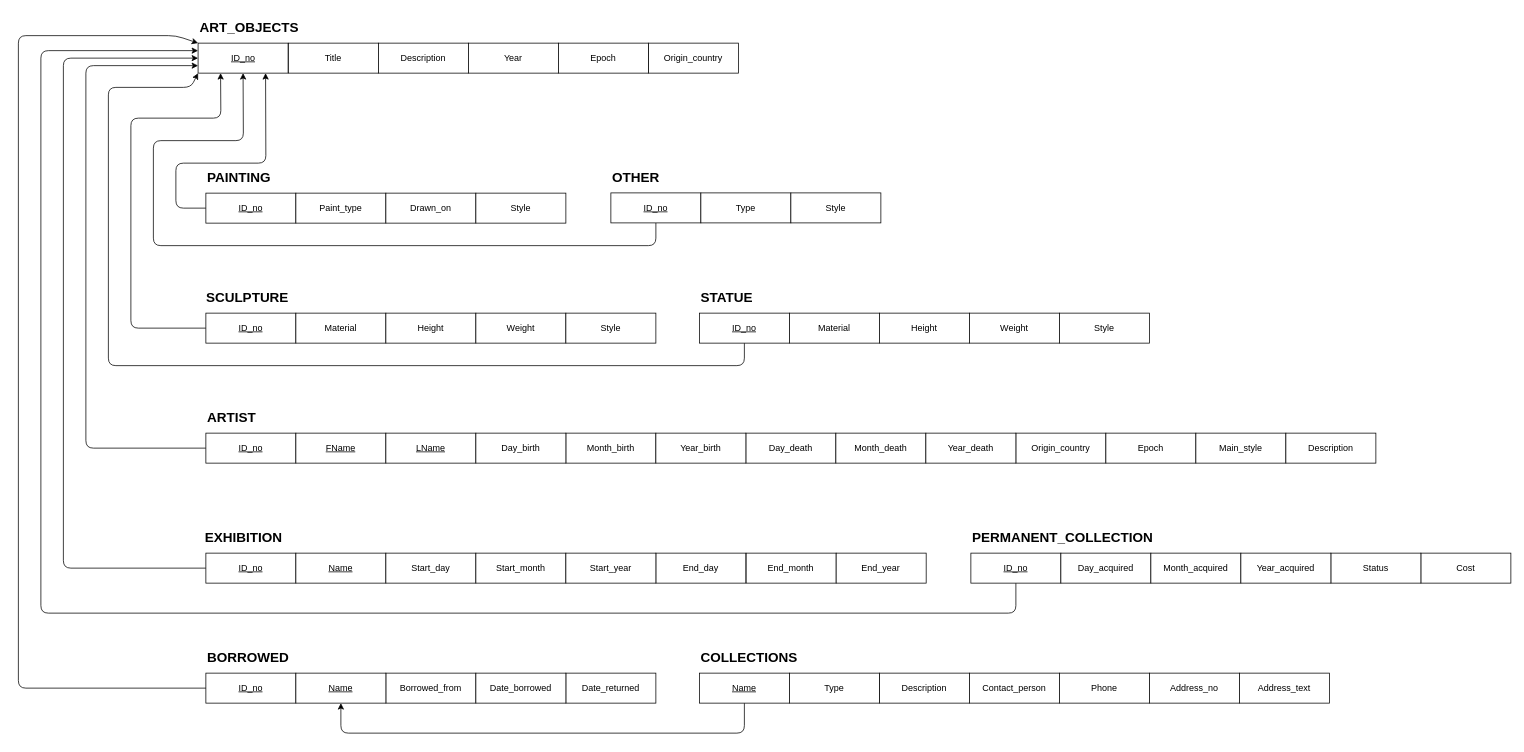
Maan-Khedr-ENSF-300/museum-project-wannabyte keeps this draw.io diagram as Database_Design_Folder/Relation Schema.drawio. Above is the earlier version. Source tidied: cells renumbered, new cells numbered last; positions are measured from the earlier drawing's top-left corner, leaving out a move shared by most shapes. Both pictures are drawn from the tidied source at 75%, with x=0, y=0 at pixel (18, 13).
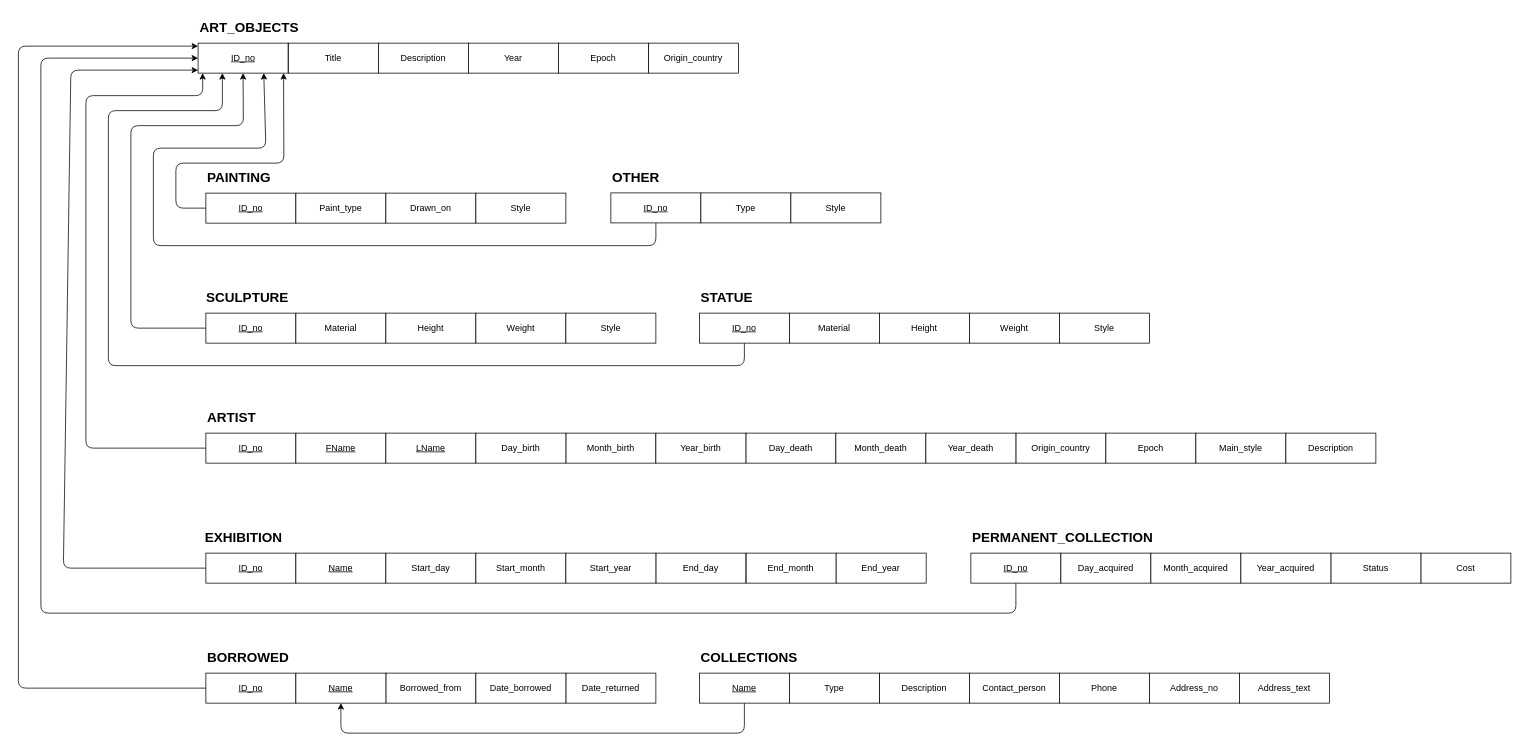
The same page after the edit.

Commit message:
Fixed Anchor points on ART_OBJECTS ID_no

The change refers to these unchanged cells:
```xml
<mxCell id="7" value="&lt;u&gt;ID_no&lt;/u&gt;" style="rounded=0;whiteSpace=wrap;html=1;" parent="6" vertex="1">
  <mxGeometry x="10" y="40" width="120" height="40" as="geometry" />
</mxCell>
<mxCell id="13" value="&lt;u&gt;ID_no&lt;/u&gt;" style="rounded=0;whiteSpace=wrap;html=1;" parent="12" vertex="1">
  <mxGeometry y="40" width="120" height="40" as="geometry" />
</mxCell>
<mxCell id="22" value="&lt;u&gt;ID_no&lt;/u&gt;" style="rounded=0;whiteSpace=wrap;html=1;" parent="21" vertex="1">
  <mxGeometry y="39.7" width="120" height="40" as="geometry" />
</mxCell>
<mxCell id="27" value="&lt;u&gt;ID_no&lt;/u&gt;" style="rounded=0;whiteSpace=wrap;html=1;" parent="26" vertex="1">
  <mxGeometry y="40" width="120" height="40" as="geometry" />
</mxCell>
<mxCell id="34" value="&lt;u&gt;ID_no&lt;/u&gt;" style="rounded=0;whiteSpace=wrap;html=1;" parent="33" vertex="1">
  <mxGeometry y="40" width="120" height="40" as="geometry" />
</mxCell>
<mxCell id="55" value="&lt;u&gt;ID_no&lt;/u&gt;" style="rounded=0;whiteSpace=wrap;html=1;" parent="52" vertex="1">
  <mxGeometry y="40" width="120" height="40" as="geometry" />
</mxCell>
<mxCell id="68" value="&lt;u&gt;ID_no&lt;/u&gt;" style="rounded=0;whiteSpace=wrap;html=1;" parent="67" vertex="1">
  <mxGeometry y="40" width="120" height="40" as="geometry" />
</mxCell>
<mxCell id="78" value="&lt;u&gt;ID_no&lt;/u&gt;" style="rounded=0;whiteSpace=wrap;html=1;" parent="77" vertex="1">
  <mxGeometry y="40" width="120" height="40" as="geometry" />
</mxCell>
```

The edit, as a diff of the source:
```diff
@@
-    <mxCell id="2" style="edgeStyle=none;html=1;exitX=0;exitY=0.5;exitDx=0;exitDy=0;fontSize=18;snapToPoint=0;orthogonal=0;entryX=0.75;entryY=1;entryDx=0;entryDy=0;flowAnimation=0;backgroundOutline=0;" parent="1" edge="1" source="7" target="85">
+    <mxCell id="2" style="edgeStyle=none;html=1;exitX=0;exitY=0.5;exitDx=0;exitDy=0;fontSize=18;snapToPoint=0;orthogonal=0;entryX=0.95;entryY=1;entryDx=0;entryDy=0;flowAnimation=0;backgroundOutline=0;entryPerimeter=0;" parent="1" edge="1" source="7" target="85">
       <mxGeometry relative="1" as="geometry">
         <Array as="points">
           <mxPoint x="210" y="260" />
           <mxPoint x="210" y="200" />
-          <mxPoint x="330" y="200" />
+          <mxPoint x="354" y="200" />
         </Array>
       </mxGeometry>
     </mxCell>
-    <mxCell id="3" style="edgeStyle=none;html=1;exitX=0;exitY=0.5;exitDx=0;exitDy=0;fontSize=18;entryX=0.25;entryY=1;entryDx=0;entryDy=0;" parent="1" edge="1" source="13" target="85">
+    <mxCell id="3" style="edgeStyle=none;html=1;exitX=0;exitY=0.5;exitDx=0;exitDy=0;fontSize=18;entryX=0.5;entryY=1;entryDx=0;entryDy=0;entryPerimeter=0;" parent="1" edge="1" source="13" target="85">
       <mxGeometry relative="1" as="geometry">
         <Array as="points">
           <mxPoint x="150" y="420" />
-          <mxPoint x="150" y="140" />
-          <mxPoint x="270" y="140" />
+          <mxPoint x="150" y="150" />
+          <mxPoint x="300" y="150" />
         </Array>
       </mxGeometry>
     </mxCell>
-    <mxCell id="4" style="edgeStyle=none;html=1;exitX=0.5;exitY=1;exitDx=0;exitDy=0;fontSize=18;entryX=0;entryY=1;entryDx=0;entryDy=0;" parent="1" edge="1" source="27" target="85">
+    <mxCell id="4" style="edgeStyle=none;html=1;exitX=0.5;exitY=1;exitDx=0;exitDy=0;fontSize=18;entryX=0.27;entryY=1;entryDx=0;entryDy=0;entryPerimeter=0;" parent="1" edge="1" source="27" target="85">
       <mxGeometry relative="1" as="geometry">
         <Array as="points">
           <mxPoint x="968" y="470" />
           <mxPoint x="120" y="470" />
-          <mxPoint x="120" y="99" />
-          <mxPoint x="230" y="99" />
+          <mxPoint x="120" y="130" />
+          <mxPoint x="272" y="130" />
         </Array>
       </mxGeometry>
     </mxCell>
-    <mxCell id="5" style="edgeStyle=none;html=1;exitX=0;exitY=0.5;exitDx=0;exitDy=0;entryX=0;entryY=0.75;entryDx=0;entryDy=0;fontSize=18;" parent="1" edge="1" source="55" target="85">
+    <mxCell id="5" style="edgeStyle=none;html=1;exitX=0;exitY=0.5;exitDx=0;exitDy=0;entryX=0.05;entryY=1;entryDx=0;entryDy=0;fontSize=18;entryPerimeter=0;" parent="1" edge="1" source="55" target="85">
       <mxGeometry relative="1" as="geometry">
         <Array as="points">
           <mxPoint x="90" y="580" />
-          <mxPoint x="90" y="70" />
+          <mxPoint x="90" y="110" />
+          <mxPoint x="246" y="110" />
         </Array>
       </mxGeometry>
     </mxCell>
@@
-    <mxCell id="19" style="edgeStyle=none;html=1;exitX=0.5;exitY=1;exitDx=0;exitDy=0;entryX=0.5;entryY=1;entryDx=0;entryDy=0;fontSize=18;" parent="1" edge="1" source="22" target="85">
+    <mxCell id="19" style="edgeStyle=none;html=1;exitX=0.5;exitY=1;exitDx=0;exitDy=0;entryX=0.73;entryY=1;entryDx=0;entryDy=0;fontSize=18;entryPerimeter=0;" parent="1" edge="1" source="22" target="85">
       <mxGeometry relative="1" as="geometry">
         <Array as="points">
           <mxPoint x="850" y="310" />
           <mxPoint x="180" y="310" />
-          <mxPoint x="180" y="170" />
-          <mxPoint x="300" y="170" />
+          <mxPoint x="180" y="180" />
+          <mxPoint x="330" y="180" />
         </Array>
       </mxGeometry>
     </mxCell>
-    <mxCell id="20" style="edgeStyle=none;html=1;exitX=0;exitY=0.5;exitDx=0;exitDy=0;entryX=0;entryY=0.5;entryDx=0;entryDy=0;fontSize=18;" parent="1" edge="1" source="68" target="85">
+    <mxCell id="20" style="edgeStyle=none;html=1;exitX=0;exitY=0.5;exitDx=0;exitDy=0;entryX=0;entryY=0.9;entryDx=0;entryDy=0;fontSize=18;entryPerimeter=0;" parent="1" edge="1" source="68" target="85">
       <mxGeometry relative="1" as="geometry">
         <Array as="points">
           <mxPoint x="60" y="740" />
-          <mxPoint x="60" y="60" />
+          <mxPoint x="70" y="76" />
         </Array>
       </mxGeometry>
     </mxCell>
@@
-    <mxCell id="41" style="edgeStyle=none;html=1;exitX=0;exitY=0.5;exitDx=0;exitDy=0;entryX=0;entryY=0;entryDx=0;entryDy=0;fontSize=18;" parent="1" edge="1" source="34" target="85">
+    <mxCell id="41" style="edgeStyle=none;html=1;exitX=0;exitY=0.5;exitDx=0;exitDy=0;fontSize=18;entryX=0;entryY=0.1;entryDx=0;entryDy=0;entryPerimeter=0;" parent="1" edge="1" source="34" target="85">
       <mxGeometry relative="1" as="geometry">
         <Array as="points">
           <mxPoint y="900" />
-          <mxPoint y="30" />
-          <mxPoint x="210" y="30" />
+          <mxPoint y="44" />
         </Array>
       </mxGeometry>
     </mxCell>
-    <mxCell id="42" style="edgeStyle=none;html=1;exitX=0.5;exitY=1;exitDx=0;exitDy=0;entryX=0;entryY=0.25;entryDx=0;entryDy=0;fontSize=18;" parent="1" edge="1" source="78" target="85">
+    <mxCell id="42" style="edgeStyle=none;html=1;exitX=0.5;exitY=1;exitDx=0;exitDy=0;entryX=0;entryY=0.5;entryDx=0;entryDy=0;fontSize=18;entryPerimeter=0;" parent="1" edge="1" source="78" target="85">
       <mxGeometry relative="1" as="geometry">
         <Array as="points">
           <mxPoint x="1330" y="800" />
           <mxPoint x="30" y="800" />
-          <mxPoint x="30" y="50" />
+          <mxPoint x="30" y="60" />
         </Array>
       </mxGeometry>
     </mxCell>
@@
-    <mxCell id="85" value="&lt;u&gt;ID_no&lt;/u&gt;" style="rounded=0;whiteSpace=wrap;html=1;snapToPoint=0;" parent="1" vertex="1">
+    <mxCell id="85" value="&lt;u&gt;ID_no&lt;/u&gt;" style="rounded=0;whiteSpace=wrap;html=1;snapToPoint=0;points=[[0,0.1,0,0,0],[0,0.5,0,0,0],[0,0.9,0,0,0],[0.05,1,0,0,0],[0.25,0,0,0,0],[0.27,1,0,0,0],[0.5,0,0,0,0],[0.5,1,0,0,0],[0.73,1,0,0,0],[0.75,0,0,0,0],[0.95,1,0,0,0],[1,0,0,0,0],[1,0.25,0,0,0],[1,0.5,0,0,0],[1,0.75,0,0,0]];" parent="1" vertex="1">
       <mxGeometry x="239.6" y="40" width="120" height="40" as="geometry" />
     </mxCell>
```
